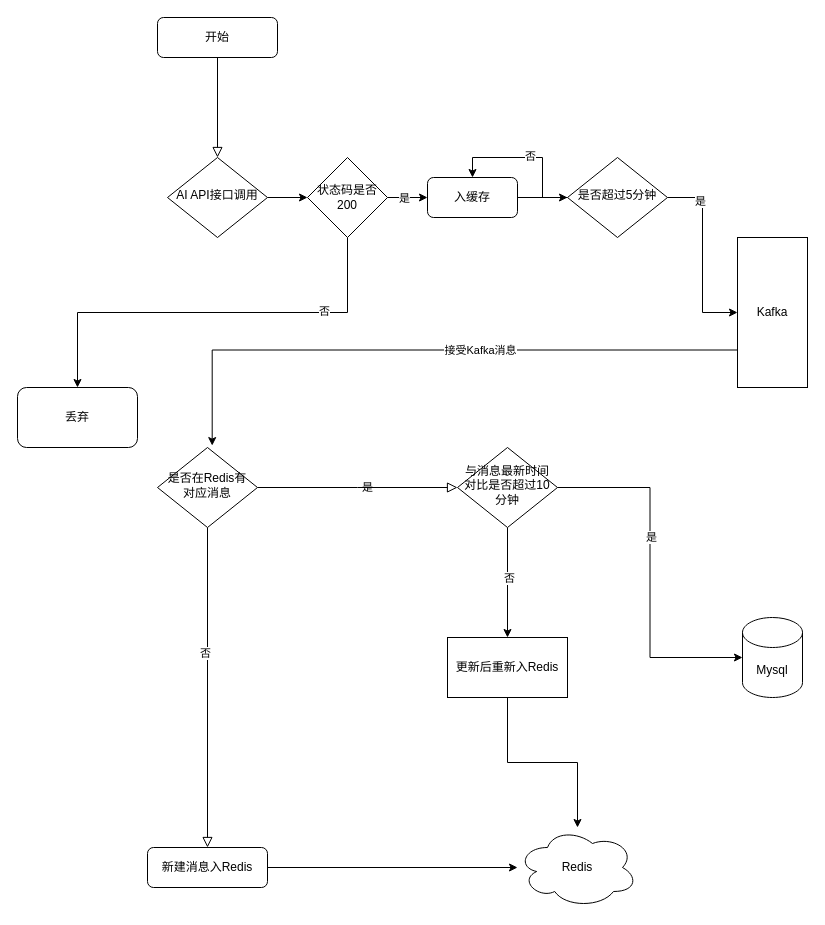
Earlier version of the draw.io diagram 未命名绘图.drawio (lingpengzhou/diagrams.io). Source tidied: cells renumbered, new cells numbered last; positions are measured from the earlier drawing's top-left corner, leaving out a move shared by most shapes. Both pictures are drawn from the tidied source at 100%, with x=0, y=0 at pixel (17, 17).
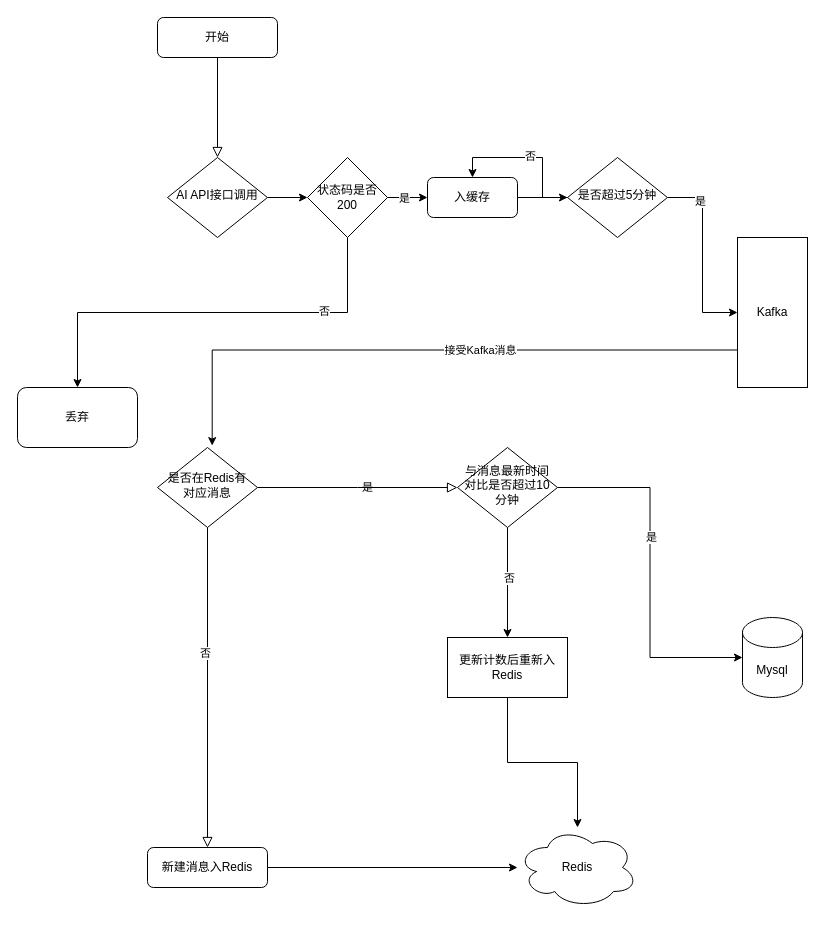
Above is the later version.

Commit message (it also covers changes not shown here):
更新未命名绘图.drawio

The edit, as a diff of the source:
```diff
@@
-    <mxCell id="30" value="更新后重新入Redis" style="rounded=0;whiteSpace=wrap;html=1;" parent="1" vertex="1">
+    <mxCell id="30" value="更新计数后重新入Redis" style="rounded=0;whiteSpace=wrap;html=1;" parent="1" vertex="1">
       <mxGeometry x="430" y="620" width="120" height="60" as="geometry" />
     </mxCell>
```
